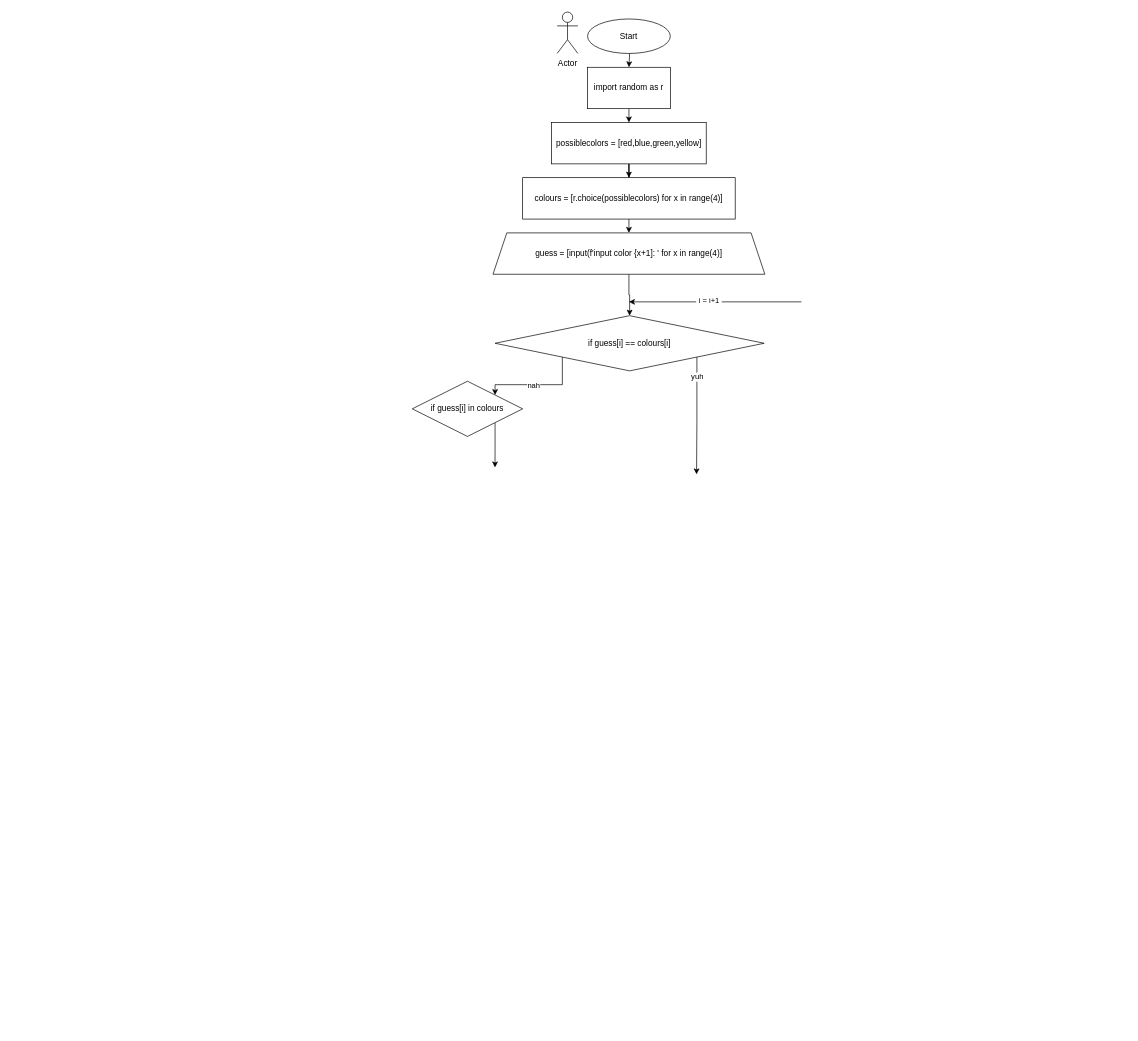
19AByrne/work keeps this draw.io diagram as Flowchart/mastermind.drawio. Above is the earlier version. Source tidied: cells renumbered, new cells numbered last; positions are measured from the earlier drawing's top-left corner, leaving out a move shared by most shapes. Both pictures are drawn from the tidied source at 69%, with x=0, y=0 at pixel (412, 12).
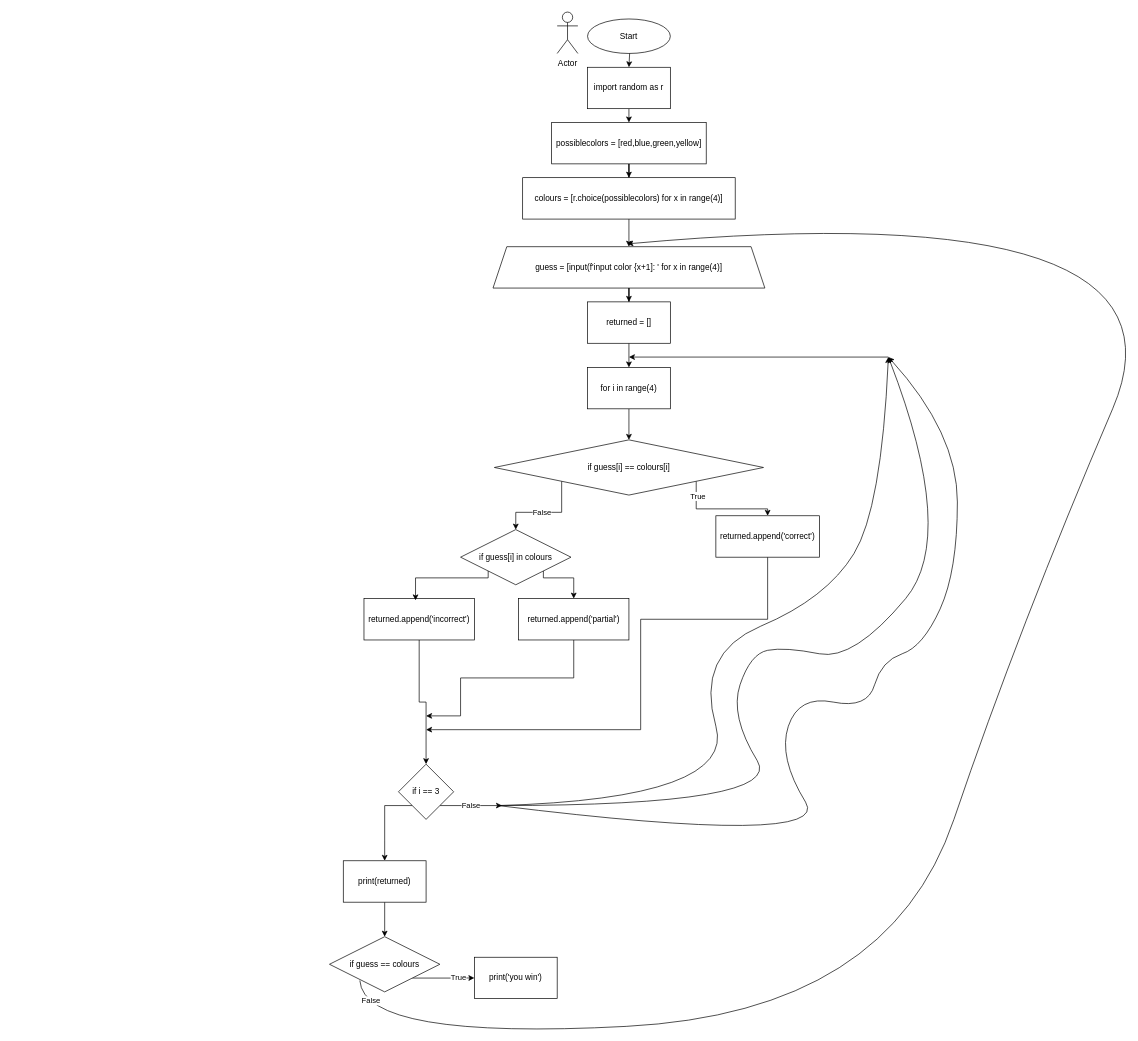
The same diagram, later.

What changed in the source:
```diff
@@
-    <mxCell id="10" style="edgeStyle=orthogonalEdgeStyle;rounded=0;jettySize=auto;html=1;exitX=0.5;exitY=1;exitDx=0;exitDy=0;entryX=0.5;entryY=0;entryDx=0;entryDy=0;" parent="1" edge="1" source="11" target="17">
-      <mxGeometry relative="1" as="geometry" />
+    <mxCell id="10" style="edgeStyle=orthogonalEdgeStyle;rounded=0;jettySize=auto;html=1;exitX=0.5;exitY=1;exitDx=0;exitDy=0;" parent="1" edge="1" source="11">
+      <mxGeometry relative="1" as="geometry">
+        <mxPoint x="314" y="370" as="targetPoint" />
+      </mxGeometry>
     </mxCell>
+    <mxCell id="22" style="edgeStyle=orthogonalEdgeStyle;rounded=0;jettySize=auto;html=1;exitX=0.5;exitY=1;exitDx=0;exitDy=0;" parent="1" edge="1" source="11" target="29">
+      <mxGeometry relative="1" as="geometry" />
+    </mxCell>
     <mxCell id="11" value="guess = [input(f'input color {x+1]: ' for x in range(4)]" style="shape=trapezoid;perimeter=trapezoidPerimeter;whiteSpace=wrap;html=1;fixedSize=1;" parent="1" vertex="1">
-      <mxGeometry x="117" y="320" width="394" height="60" as="geometry" />
+      <mxGeometry x="117" y="340" width="394" height="60" as="geometry" />
     </mxCell>
@@
-    <mxCell id="13" style="edgeStyle=orthogonalEdgeStyle;rounded=0;jettySize=auto;html=1;exitX=1;exitY=1;exitDx=0;exitDy=0;" parent="1" edge="1" source="17">
-      <mxGeometry relative="1" as="geometry">
-        <mxPoint x="412" y="670" as="targetPoint" />
-        <Array as="points">
-          <mxPoint x="412" y="595" />
-          <mxPoint x="412" y="670" />
-        </Array>
-      </mxGeometry>
-    </mxCell>
-    <mxCell id="14" value="yuh" style="edgeLabel;html=1;align=center;verticalAlign=middle;" parent="13" vertex="1">
-      <mxGeometry x="-0.67" relative="1" as="geometry" />
-    </mxCell>
-    <mxCell id="15" style="edgeStyle=orthogonalEdgeStyle;rounded=0;jettySize=auto;html=1;exitX=0;exitY=1;exitDx=0;exitDy=0;entryX=1;entryY=0;entryDx=0;entryDy=0;" parent="1" edge="1" source="17" target="21">
+    <mxCell id="15" style="edgeStyle=orthogonalEdgeStyle;rounded=0;jettySize=auto;html=1;exitX=0;exitY=1;exitDx=0;exitDy=0;entryX=0.5;entryY=0;entryDx=0;entryDy=0;" parent="1" edge="1" source="17" target="21">
       <mxGeometry relative="1" as="geometry" />
     </mxCell>
-    <mxCell id="16" value="nah" style="edgeLabel;html=1;align=center;verticalAlign=middle;" parent="15" vertex="1">
+    <mxCell id="16" value="False" style="edgeLabel;html=1;align=center;verticalAlign=middle;" parent="15" vertex="1">
       <mxGeometry x="0.08" relative="1" as="geometry" />
     </mxCell>
+    <mxCell id="23" style="edgeStyle=orthogonalEdgeStyle;rounded=0;jettySize=auto;html=1;exitX=1;exitY=1;exitDx=0;exitDy=0;" parent="1" edge="1" source="17" target="33">
+      <mxGeometry relative="1" as="geometry" />
+    </mxCell>
+    <mxCell id="24" value="True" style="edgeLabel;html=1;align=center;verticalAlign=middle;" parent="23" vertex="1">
+      <mxGeometry x="-0.73" y="2" relative="1" as="geometry" />
+    </mxCell>
     <mxCell id="17" value="if guess[i] == colours[i]" style="rhombus;whiteSpace=wrap;html=1;" parent="1" vertex="1">
-      <mxGeometry x="120" y="440" width="390" height="80" as="geometry" />
+      <mxGeometry x="119" y="620" width="390" height="80" as="geometry" />
     </mxCell>
     <mxCell id="18" style="endArrow=classic;html=1;rounded=0;" parent="1" edge="1">
       <mxGeometry relative="1" as="geometry">
-        <mxPoint x="564" y="420" as="sourcePoint" />
-        <mxPoint x="314" y="420" as="targetPoint" />
+        <mxPoint x="690" y="500" as="sourcePoint" />
+        <mxPoint x="314" y="500" as="targetPoint" />
       </mxGeometry>
     </mxCell>
-    <mxCell id="19" value="&amp;nbsp;i = i+1&amp;nbsp;" style="edgeLabel;html=1;align=center;verticalAlign=middle;rotation=0;" parent="18" vertex="1">
-      <mxGeometry x="0.08" y="-3" relative="1" as="geometry" />
-    </mxCell>
-    <mxCell id="20" style="edgeStyle=orthogonalEdgeStyle;rounded=0;jettySize=auto;html=1;exitX=1;exitY=1;exitDx=0;exitDy=0;" parent="1" edge="1" source="21">
-      <mxGeometry relative="1" as="geometry">
-        <mxPoint x="119.9" y="660" as="targetPoint" />
-      </mxGeometry>
-    </mxCell>
+    <mxCell id="25" style="edgeStyle=orthogonalEdgeStyle;rounded=0;jettySize=auto;html=1;exitX=1;exitY=1;exitDx=0;exitDy=0;entryX=0.5;entryY=0;entryDx=0;entryDy=0;" parent="1" edge="1" source="21" target="31">
+      <mxGeometry relative="1" as="geometry">
+        <Array as="points">
+          <mxPoint x="190" y="820" />
+          <mxPoint x="234" y="820" />
+        </Array>
+      </mxGeometry>
+    </mxCell>
     <mxCell id="21" value="if guess[i] in colours" style="rhombus;whiteSpace=wrap;html=1;" parent="1" vertex="1">
-      <mxGeometry y="535" width="160" height="80" as="geometry" />
+      <mxGeometry x="70" y="750" width="160" height="80" as="geometry" />
     </mxCell>
+    <mxCell id="26" style="edgeStyle=orthogonalEdgeStyle;rounded=0;jettySize=auto;html=1;exitX=0.5;exitY=1;exitDx=0;exitDy=0;entryX=0.5;entryY=0;entryDx=0;entryDy=0;" parent="1" edge="1" source="27" target="17">
+      <mxGeometry relative="1" as="geometry" />
+    </mxCell>
+    <mxCell id="27" value="for i in range(4)" style="rounded=0;whiteSpace=wrap;html=1;" parent="1" vertex="1">
+      <mxGeometry x="254" y="515" width="120" height="60" as="geometry" />
+    </mxCell>
+    <mxCell id="28" style="edgeStyle=orthogonalEdgeStyle;rounded=0;jettySize=auto;html=1;exitX=0.5;exitY=1;exitDx=0;exitDy=0;entryX=0.5;entryY=0;entryDx=0;entryDy=0;" parent="1" edge="1" source="29" target="27">
+      <mxGeometry relative="1" as="geometry" />
+    </mxCell>
+    <mxCell id="29" value="returned = []" style="rounded=0;whiteSpace=wrap;html=1;" parent="1" vertex="1">
+      <mxGeometry x="254" y="420" width="120" height="60" as="geometry" />
+    </mxCell>
+    <mxCell id="30" style="edgeStyle=orthogonalEdgeStyle;rounded=0;jettySize=auto;html=1;exitX=0.5;exitY=1;exitDx=0;exitDy=0;" parent="1" edge="1" source="31">
+      <mxGeometry relative="1" as="geometry">
+        <mxPoint x="20" y="1020" as="targetPoint" />
+        <Array as="points">
+          <mxPoint x="234" y="965" />
+          <mxPoint x="70" y="965" />
+          <mxPoint x="70" y="1020" />
+        </Array>
+      </mxGeometry>
+    </mxCell>
+    <mxCell id="31" value="returned.append('partial')" style="rounded=0;whiteSpace=wrap;html=1;" parent="1" vertex="1">
+      <mxGeometry x="154" y="850" width="160" height="60" as="geometry" />
+    </mxCell>
+    <mxCell id="32" style="edgeStyle=orthogonalEdgeStyle;rounded=0;jettySize=auto;html=1;exitX=0.5;exitY=1;exitDx=0;exitDy=0;" parent="1" edge="1" source="33">
+      <mxGeometry relative="1" as="geometry">
+        <mxPoint x="20" y="1040" as="targetPoint" />
+        <Array as="points">
+          <mxPoint x="515" y="880" />
+          <mxPoint x="331" y="880" />
+          <mxPoint x="331" y="1040" />
+        </Array>
+      </mxGeometry>
+    </mxCell>
+    <mxCell id="33" value="returned.append('correct')" style="rounded=0;whiteSpace=wrap;html=1;" parent="1" vertex="1">
+      <mxGeometry x="440" y="730" width="150" height="60" as="geometry" />
+    </mxCell>
+    <mxCell id="34" style="edgeStyle=orthogonalEdgeStyle;rounded=0;jettySize=auto;html=1;exitX=0.5;exitY=1;exitDx=0;exitDy=0;entryX=0.5;entryY=0;entryDx=0;entryDy=0;" parent="1" edge="1" source="35" target="42">
+      <mxGeometry relative="1" as="geometry" />
+    </mxCell>
+    <mxCell id="35" value="returned.append('incorrect')" style="rounded=0;whiteSpace=wrap;html=1;" parent="1" vertex="1">
+      <mxGeometry x="-70" y="850" width="160" height="60" as="geometry" />
+    </mxCell>
+    <mxCell id="36" style="edgeStyle=orthogonalEdgeStyle;rounded=0;jettySize=auto;html=1;exitX=0;exitY=1;exitDx=0;exitDy=0;entryX=0.467;entryY=0.043;entryDx=0;entryDy=0;entryPerimeter=0;" parent="1" edge="1" source="21" target="35">
+      <mxGeometry relative="1" as="geometry">
+        <Array as="points">
+          <mxPoint x="110" y="820" />
+          <mxPoint x="5" y="820" />
+        </Array>
+      </mxGeometry>
+    </mxCell>
+    <mxCell id="37" style="curved=1;endArrow=classic;html=1;rounded=0;exitX=1;exitY=1;exitDx=0;exitDy=0;" parent="1" edge="1">
+      <mxGeometry relative="1" as="geometry">
+        <mxPoint x="124.5" y="1150" as="sourcePoint" />
+        <mxPoint x="690" y="500" as="targetPoint" />
+        <Array as="points">
+          <mxPoint x="470" y="1140" />
+          <mxPoint x="410" y="930" />
+          <mxPoint x="600" y="850" />
+          <mxPoint x="680" y="720" />
+        </Array>
+      </mxGeometry>
+    </mxCell>
+    <mxCell id="38" style="curved=1;endArrow=classic;html=1;rounded=0;exitX=1;exitY=1;exitDx=0;exitDy=0;" parent="1" edge="1">
+      <mxGeometry relative="1" as="geometry">
+        <mxPoint x="124.5" y="1150" as="sourcePoint" />
+        <mxPoint x="690" y="500" as="targetPoint" />
+        <Array as="points">
+          <mxPoint x="540" y="1150" />
+          <mxPoint x="460" y="1020" />
+          <mxPoint x="490" y="930" />
+          <mxPoint x="540" y="920" />
+          <mxPoint x="640" y="940" />
+          <mxPoint x="790" y="760" />
+        </Array>
+      </mxGeometry>
+    </mxCell>
+    <mxCell id="39" style="curved=1;endArrow=classic;html=1;rounded=0;exitX=1;exitY=1;exitDx=0;exitDy=0;" parent="1" edge="1">
+      <mxGeometry relative="1" as="geometry">
+        <mxPoint x="124.5" y="1150" as="sourcePoint" />
+        <mxPoint x="690" y="500" as="targetPoint" />
+        <Array as="points">
+          <mxPoint x="610" y="1210" />
+          <mxPoint x="530" y="1080" />
+          <mxPoint x="560" y="990" />
+          <mxPoint x="660" y="1010" />
+          <mxPoint x="680" y="940" />
+          <mxPoint x="740" y="920" />
+          <mxPoint x="790" y="810" />
+          <mxPoint x="790" y="610" />
+        </Array>
+      </mxGeometry>
+    </mxCell>
+    <mxCell id="40" value="False" style="edgeStyle=orthogonalEdgeStyle;rounded=0;jettySize=auto;html=1;exitX=1;exitY=1;exitDx=0;exitDy=0;" parent="1" edge="1" source="42">
+      <mxGeometry relative="1" as="geometry">
+        <mxPoint x="130" y="1150" as="targetPoint" />
+      </mxGeometry>
+    </mxCell>
+    <mxCell id="41" style="edgeStyle=orthogonalEdgeStyle;rounded=0;jettySize=auto;html=1;exitX=0;exitY=1;exitDx=0;exitDy=0;" parent="1" edge="1" source="42">
+      <mxGeometry relative="1" as="geometry">
+        <mxPoint x="-40" y="1230" as="targetPoint" />
+      </mxGeometry>
+    </mxCell>
+    <mxCell id="42" value="if i == 3" style="rhombus;whiteSpace=wrap;html=1;" parent="1" vertex="1">
+      <mxGeometry x="-20" y="1090" width="80" height="80" as="geometry" />
+    </mxCell>
+    <mxCell id="43" style="edgeStyle=orthogonalEdgeStyle;rounded=0;jettySize=auto;html=1;exitX=0.5;exitY=0;exitDx=0;exitDy=0;entryX=0.5;entryY=0;entryDx=0;entryDy=0;" parent="1" edge="1" source="44" target="48">
+      <mxGeometry relative="1" as="geometry" />
+    </mxCell>
+    <mxCell id="44" value="print(returned)" style="rounded=0;whiteSpace=wrap;html=1;direction=west;" parent="1" vertex="1">
+      <mxGeometry x="-100" y="1230" width="120" height="60" as="geometry" />
+    </mxCell>
+    <mxCell id="45" style="rounded=1;whiteSpace=wrap;html=1;" parent="1" vertex="1">
+      <mxGeometry x="-580" y="410" width="120" as="geometry" />
+    </mxCell>
+    <mxCell id="46" style="edgeStyle=orthogonalEdgeStyle;rounded=0;jettySize=auto;html=1;exitX=1;exitY=1;exitDx=0;exitDy=0;" parent="1" edge="1" source="48" target="49">
+      <mxGeometry relative="1" as="geometry" />
+    </mxCell>
+    <mxCell id="47" value="True" style="edgeLabel;html=1;align=center;verticalAlign=middle;" parent="46" vertex="1">
+      <mxGeometry x="0.69" relative="1" as="geometry">
+        <mxPoint x="-9" as="offset" />
+      </mxGeometry>
+    </mxCell>
+    <mxCell id="48" value="if guess == colours" style="rhombus;whiteSpace=wrap;html=1;" parent="1" vertex="1">
+      <mxGeometry x="-120" y="1340" width="160" height="80" as="geometry" />
+    </mxCell>
+    <mxCell id="49" value="print('you win')" style="rounded=0;whiteSpace=wrap;html=1;" parent="1" vertex="1">
+      <mxGeometry x="90" y="1369.8" width="120" height="60" as="geometry" />
+    </mxCell>
+    <mxCell id="50" style="curved=1;endArrow=classic;html=1;rounded=0;exitX=0.275;exitY=0.794;exitDx=0;exitDy=0;exitPerimeter=0;entryX=0.494;entryY=-0.067;entryDx=0;entryDy=0;entryPerimeter=0;" parent="1" edge="1" source="48" target="11">
+      <mxGeometry relative="1" as="geometry">
+        <Array as="points">
+          <mxPoint x="-70" y="1490" />
+          <mxPoint x="690" y="1450" />
+          <mxPoint x="880" y="890" />
+          <mxPoint x="1150" y="260" />
+        </Array>
+      </mxGeometry>
+    </mxCell>
+    <mxCell id="51" value="False" style="edgeLabel;html=1;align=center;verticalAlign=middle;" parent="50" vertex="1">
+      <mxGeometry x="-0.98" y="13" relative="1" as="geometry" />
+    </mxCell>
```
